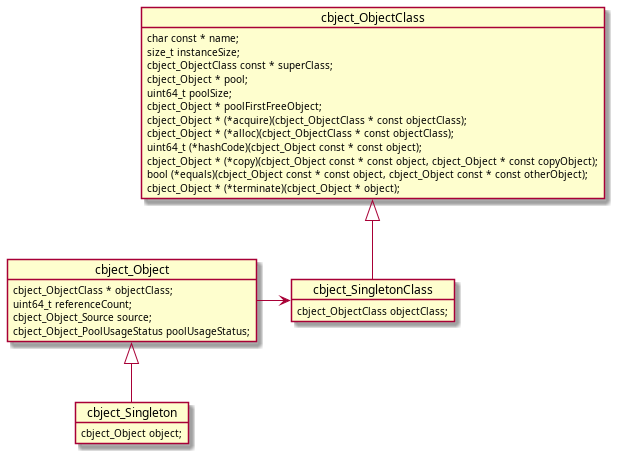
Earlier version of the PlantUML export docs/media/diag-singleton.png (alexmarincu/Cbject).
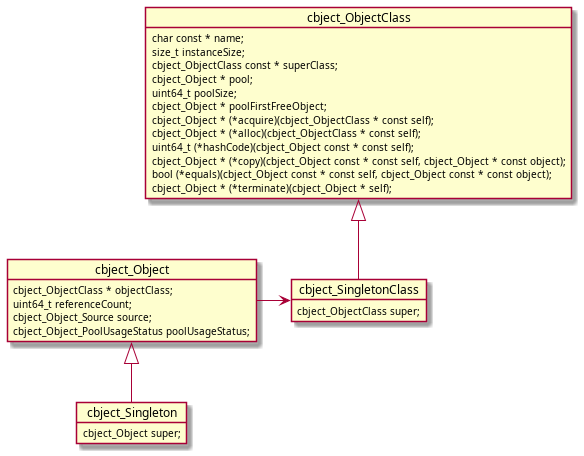
The same file after the commit.

Diff of the diagram source:
```diff
@@ -1,9 +1,9 @@
 @startuml
 object cbject_Singleton {
-    cbject_Object object;
+    cbject_Object super;
 }
 object cbject_SingletonClass {
-    cbject_ObjectClass objectClass;
+    cbject_ObjectClass super;
 }
 object cbject_Object {
     cbject_ObjectClass * objectClass;
@@ -18,12 +18,12 @@
     cbject_Object * pool;
     uint64_t poolSize;
     cbject_Object * poolFirstFreeObject;
-    cbject_Object * (*acquire)(cbject_ObjectClass * const objectClass);
-    cbject_Object * (*alloc)(cbject_ObjectClass * const objectClass);
-    uint64_t (*hashCode)(cbject_Object const * const object);
-    cbject_Object * (*copy)(cbject_Object const * const object, cbject_Object * const copyObject);
-    bool (*equals)(cbject_Object const * const object, cbject_Object const * const otherObject);
-    cbject_Object * (*terminate)(cbject_Object * object);
+    cbject_Object * (*acquire)(cbject_ObjectClass * const self);
+    cbject_Object * (*alloc)(cbject_ObjectClass * const self);
+    uint64_t (*hashCode)(cbject_Object const * const self);
+    cbject_Object * (*copy)(cbject_Object const * const self, cbject_Object * const object);
+    bool (*equals)(cbject_Object const * const self, cbject_Object const * const object);
+    cbject_Object * (*terminate)(cbject_Object * self);
 }
 cbject_Singleton -u-|> cbject_Object
 cbject_Object -r-> cbject_SingletonClass
```
